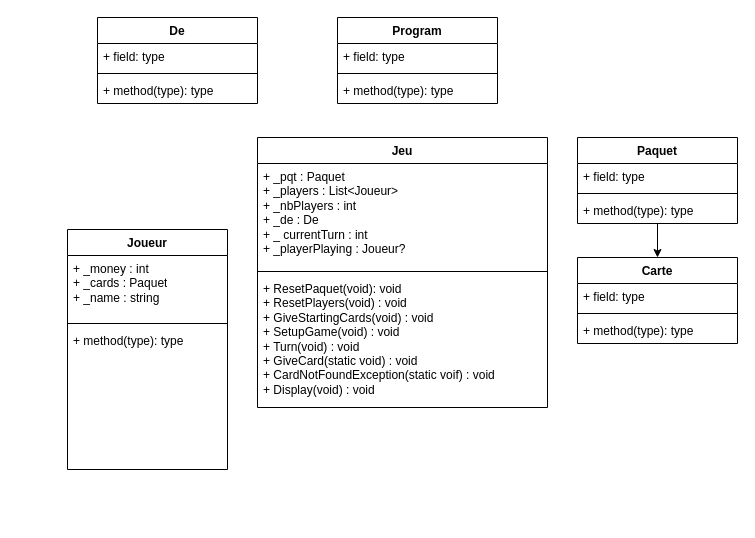
Before: Diagramme sans nom.drawio in jolanValteau/minivillesPROTO, a draw.io diagram. Source tidied: cells renumbered, new cells numbered last; positions are measured from the earlier drawing's top-left corner, leaving out a move shared by most shapes. Both pictures are drawn from the tidied source at 100%, with x=0, y=0 at pixel (67, 17).
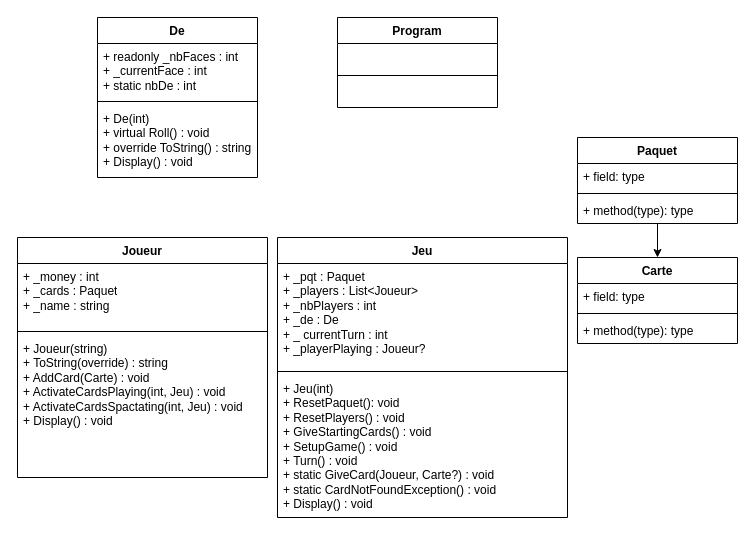
After the change.

Change to the diagram source:
```diff
@@
     <mxCell id="2" value="Jeu" style="swimlane;fontStyle=1;align=center;verticalAlign=top;horizontal=1;startSize=26;whiteSpace=wrap;html=1;" parent="1" vertex="1">
-      <mxGeometry x="190" y="120" width="290" height="270" as="geometry" />
+      <mxGeometry x="210" y="220" width="290" height="280" as="geometry" />
     </mxCell>
@@
-    <mxCell id="5" value="+ ResetPaquet(void): void&lt;br&gt;+ ResetPlayers(void) : void&lt;br&gt;+ GiveStartingCards(void) : void&lt;br&gt;+ SetupGame(void) : void&lt;br&gt;+ Turn(void) : void&lt;br&gt;+ GiveCard(static void) : void&lt;br&gt;+ CardNotFoundException(static voif) : void&lt;br&gt;+ Display(void) : void" style="text;strokeColor=none;fillColor=none;align=left;verticalAlign=top;spacingLeft=4;spacingRight=4;overflow=hidden;whiteSpace=wrap;html=1;" parent="2" vertex="1">
-      <mxGeometry y="138" width="290" height="132" as="geometry" />
+    <mxCell id="5" value="+ Jeu(int)&lt;br&gt;+ ResetPaquet(): void&lt;br&gt;+ ResetPlayers() : void&lt;br&gt;+ GiveStartingCards() : void&lt;br&gt;+ SetupGame() : void&lt;br&gt;+ Turn() : void&lt;br&gt;+ static GiveCard(Joueur, Carte?) : void&lt;br&gt;+ static CardNotFoundException() : void&lt;br&gt;+ Display() : void" style="text;strokeColor=none;fillColor=none;align=left;verticalAlign=top;spacingLeft=4;spacingRight=4;overflow=hidden;whiteSpace=wrap;html=1;" parent="2" vertex="1">
+      <mxGeometry y="138" width="290" height="142" as="geometry" />
     </mxCell>
@@
     <mxCell id="15" value="Joueur" style="swimlane;fontStyle=1;align=center;verticalAlign=top;horizontal=1;startSize=26;whiteSpace=wrap;html=1;" parent="1" vertex="1">
-      <mxGeometry y="212" width="160" height="240" as="geometry" />
+      <mxGeometry x="-50" y="220" width="250" height="240" as="geometry" />
     </mxCell>
     <mxCell id="16" value="+ _money : int&lt;br&gt;+ _cards : Paquet&lt;br&gt;+ _name : string" style="text;strokeColor=none;fillColor=none;align=left;verticalAlign=top;spacingLeft=4;spacingRight=4;overflow=hidden;whiteSpace=wrap;html=1;" parent="15" vertex="1">
-      <mxGeometry y="26" width="160" height="64" as="geometry" />
+      <mxGeometry y="26" width="250" height="64" as="geometry" />
     </mxCell>
     <mxCell id="17" style="line;strokeWidth=1;fillColor=none;align=left;verticalAlign=middle;spacingTop=-1;spacingLeft=3;spacingRight=3;labelPosition=right;strokeColor=inherit;" parent="15" vertex="1">
-      <mxGeometry y="90" width="160" height="8" as="geometry" />
+      <mxGeometry y="90" width="250" height="8" as="geometry" />
     </mxCell>
-    <mxCell id="18" value="+ method(type): type" style="text;strokeColor=none;fillColor=none;align=left;verticalAlign=top;spacingLeft=4;spacingRight=4;overflow=hidden;whiteSpace=wrap;html=1;" parent="15" vertex="1">
-      <mxGeometry y="98" width="160" height="142" as="geometry" />
+    <mxCell id="18" value="+ Joueur(string)&amp;nbsp;&lt;br&gt;+ ToString(override) : string&lt;br&gt;+ AddCard(Carte) : void&lt;br&gt;+ ActivateCardsPlaying(int, Jeu) : void&lt;br&gt;+ ActivateCardsSpactating(int, Jeu) : void&lt;br&gt;+ Display() : void" style="text;strokeColor=none;fillColor=none;align=left;verticalAlign=top;spacingLeft=4;spacingRight=4;overflow=hidden;whiteSpace=wrap;html=1;" parent="15" vertex="1">
+      <mxGeometry y="98" width="250" height="142" as="geometry" />
     </mxCell>
     <mxCell id="19" value="De" style="swimlane;fontStyle=1;align=center;verticalAlign=top;horizontal=1;startSize=26;whiteSpace=wrap;html=1;" parent="1" vertex="1">
-      <mxGeometry x="30" width="160" height="86" as="geometry" />
+      <mxGeometry x="30" width="160" height="160" as="geometry" />
     </mxCell>
-    <mxCell id="20" value="+ field: type" style="text;strokeColor=none;fillColor=none;align=left;verticalAlign=top;spacingLeft=4;spacingRight=4;overflow=hidden;whiteSpace=wrap;html=1;" parent="19" vertex="1">
-      <mxGeometry y="26" width="160" height="26" as="geometry" />
+    <mxCell id="20" value="+ readonly _nbFaces : int&lt;br&gt;+ _currentFace : int&lt;br&gt;+ static nbDe : int" style="text;strokeColor=none;fillColor=none;align=left;verticalAlign=top;spacingLeft=4;spacingRight=4;overflow=hidden;whiteSpace=wrap;html=1;" parent="19" vertex="1">
+      <mxGeometry y="26" width="160" height="54" as="geometry" />
     </mxCell>
     <mxCell id="21" style="line;strokeWidth=1;fillColor=none;align=left;verticalAlign=middle;spacingTop=-1;spacingLeft=3;spacingRight=3;labelPosition=right;strokeColor=inherit;" parent="19" vertex="1">
-      <mxGeometry y="52" width="160" height="8" as="geometry" />
+      <mxGeometry y="80" width="160" height="8" as="geometry" />
     </mxCell>
-    <mxCell id="22" value="+ method(type): type" style="text;strokeColor=none;fillColor=none;align=left;verticalAlign=top;spacingLeft=4;spacingRight=4;overflow=hidden;whiteSpace=wrap;html=1;" parent="19" vertex="1">
-      <mxGeometry y="60" width="160" height="26" as="geometry" />
+    <mxCell id="22" value="+ De(int)&lt;br&gt;+ virtual Roll() : void&lt;br&gt;+ override ToString() : string&lt;br&gt;+ Display() : void" style="text;strokeColor=none;fillColor=none;align=left;verticalAlign=top;spacingLeft=4;spacingRight=4;overflow=hidden;whiteSpace=wrap;html=1;" parent="19" vertex="1">
+      <mxGeometry y="88" width="160" height="72" as="geometry" />
     </mxCell>
     <mxCell id="23" value="Program" style="swimlane;fontStyle=1;align=center;verticalAlign=top;horizontal=1;startSize=26;whiteSpace=wrap;html=1;" parent="1" vertex="1">
-      <mxGeometry x="270" width="160" height="86" as="geometry" />
+      <mxGeometry x="270" width="160" height="90" as="geometry" />
     </mxCell>
-    <mxCell id="24" value="+ field: type" style="text;strokeColor=none;fillColor=none;align=left;verticalAlign=top;spacingLeft=4;spacingRight=4;overflow=hidden;whiteSpace=wrap;html=1;" parent="23" vertex="1">
-      <mxGeometry y="26" width="160" height="26" as="geometry" />
-    </mxCell>
     <mxCell id="25" style="line;strokeWidth=1;fillColor=none;align=left;verticalAlign=middle;spacingTop=-1;spacingLeft=3;spacingRight=3;labelPosition=right;strokeColor=inherit;" parent="23" vertex="1">
-      <mxGeometry y="52" width="160" height="8" as="geometry" />
+      <mxGeometry y="26" width="160" height="64" as="geometry" />
     </mxCell>
-    <mxCell id="26" value="+ method(type): type" style="text;strokeColor=none;fillColor=none;align=left;verticalAlign=top;spacingLeft=4;spacingRight=4;overflow=hidden;whiteSpace=wrap;html=1;" parent="23" vertex="1">
-      <mxGeometry y="60" width="160" height="26" as="geometry" />
-    </mxCell>
```
